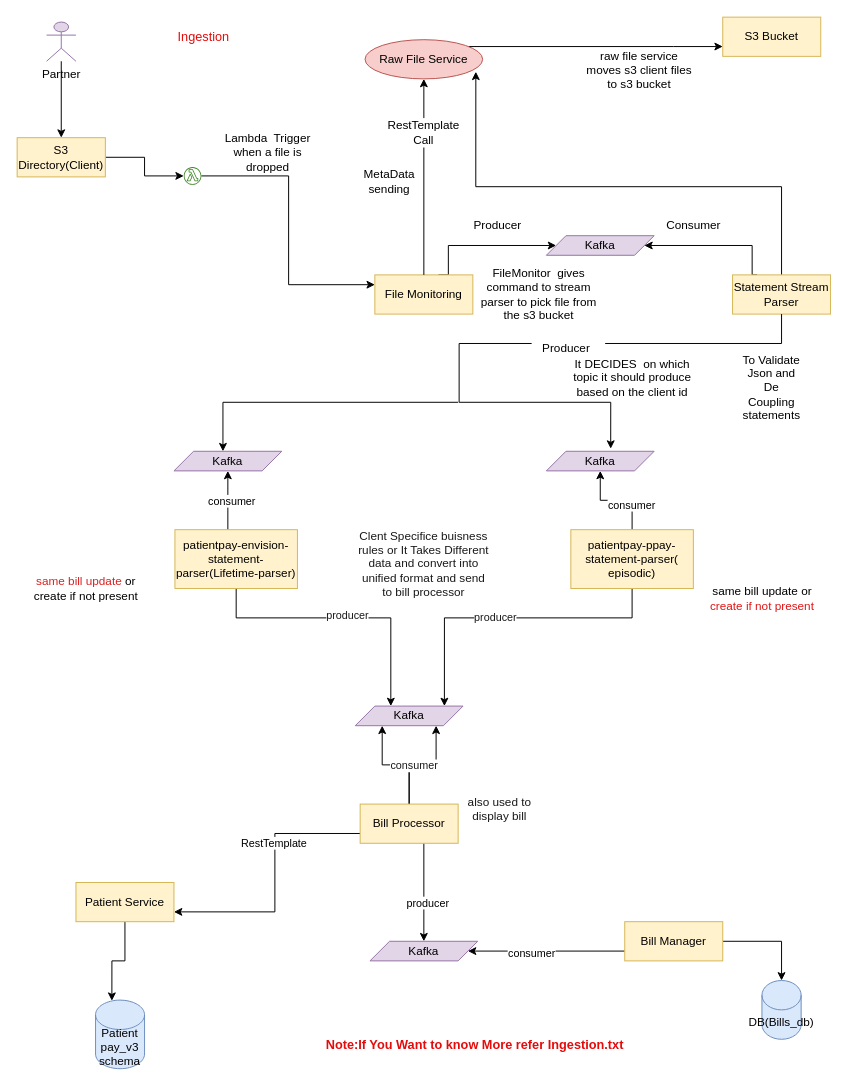
Above: Ingestion.drawio in suchit727/diagrams (draw.io), before the change. Source tidied: cells renumbered, new cells numbered last; positions are measured from the earlier drawing's top-left corner, leaving out a move shared by most shapes. Both pictures are drawn from the tidied source at 98%, with x=0, y=0 at pixel (17, 17).
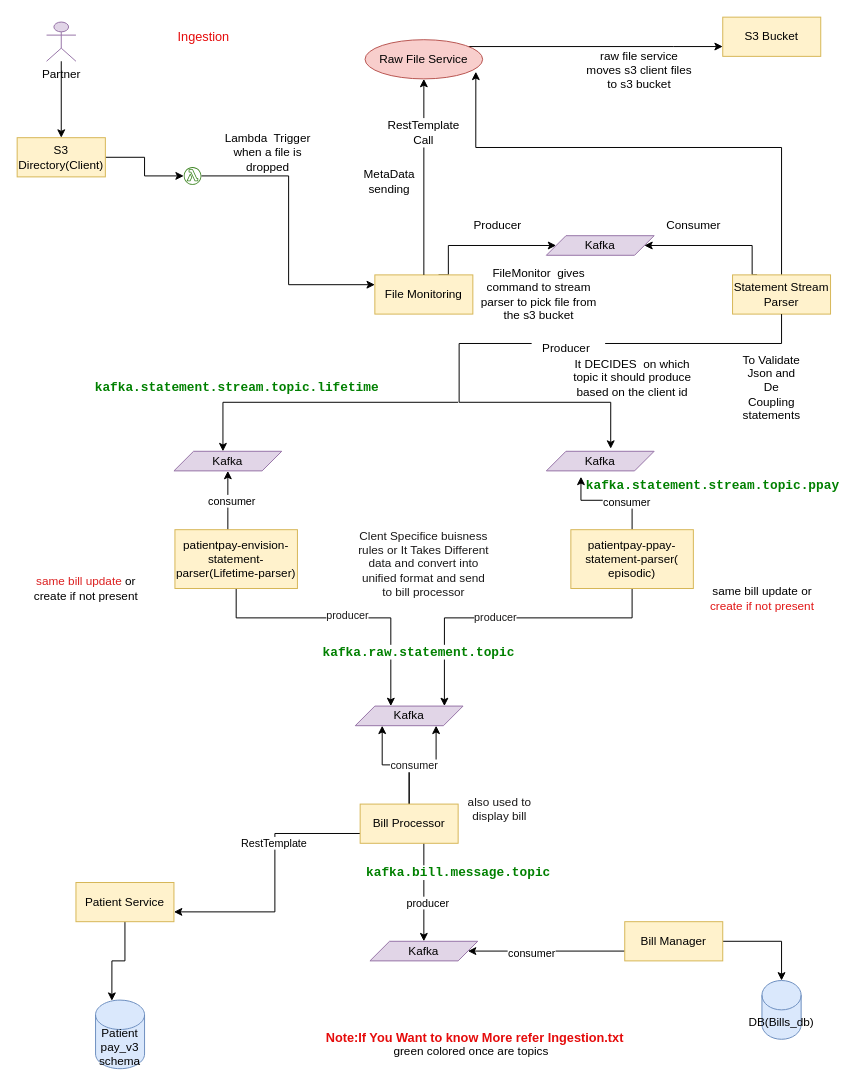
After the change.

The change refers to these unchanged cells:
```xml
<mxCell id="22" value="Statement Stream Parser" style="rounded=0;whiteSpace=wrap;html=1;fillColor=#fff2cc;strokeColor=#d6b656;" parent="1" vertex="1">
  <mxGeometry x="730" y="263" width="100" height="40" as="geometry" />
</mxCell>
<mxCell id="34" value="Raw File Service" style="ellipse;whiteSpace=wrap;html=1;fillColor=#f8cecc;strokeColor=#b85450;" parent="1" vertex="1">
  <mxGeometry x="355" y="23" width="120" height="40" as="geometry" />
</mxCell>
<mxCell id="45" value="Kafka" style="shape=parallelogram;perimeter=parallelogramPerimeter;whiteSpace=wrap;html=1;fixedSize=1;fillColor=#e1d5e7;strokeColor=#9673a6;" parent="1" vertex="1">
  <mxGeometry x="540" y="443" width="110" height="20" as="geometry" />
</mxCell>
<mxCell id="52" value="patientpay-ppay-statement-parser(&lt;br&gt;episodic)" style="rounded=0;whiteSpace=wrap;html=1;fillColor=#fff2cc;strokeColor=#d6b656;" parent="1" vertex="1">
  <mxGeometry x="565" y="523" width="125" height="60" as="geometry" />
</mxCell>
```

The edit, as a diff of the source:
```diff
@@
     <mxCell id="19" style="edgeStyle=orthogonalEdgeStyle;rounded=0;jettySize=auto;html=1;entryX=0.942;entryY=0.817;entryDx=0;entryDy=0;entryPerimeter=0;" parent="1" edge="1" source="22" target="34">
       <mxGeometry relative="1" as="geometry">
         <Array as="points">
-          <mxPoint x="780" y="173" />
-          <mxPoint x="468" y="173" />
+          <mxPoint x="780" y="133" />
+          <mxPoint x="468" y="133" />
         </Array>
       </mxGeometry>
     </mxCell>
@@
-    <mxCell id="48" style="edgeStyle=orthogonalEdgeStyle;rounded=0;jettySize=auto;html=1;" parent="1" edge="1" source="52" target="45">
+    <mxCell id="48" style="edgeStyle=orthogonalEdgeStyle;rounded=0;jettySize=auto;html=1;entryX=0.321;entryY=1.3;entryDx=0;entryDy=0;entryPerimeter=0;" parent="1" edge="1" source="52" target="45">
       <mxGeometry relative="1" as="geometry" />
     </mxCell>
     <mxCell id="49" value="consumer" style="edgeLabel;html=1;align=center;verticalAlign=middle;" parent="48" vertex="1">
-      <mxGeometry x="-0.44" y="1" relative="1" as="geometry" />
+      <mxGeometry x="-0.44" y="1" relative="1" as="geometry">
+        <mxPoint x="-6" as="offset" />
+      </mxGeometry>
     </mxCell>
@@
-    <mxCell id="56" value="&lt;b&gt;&lt;font color=&quot;#e50b0b&quot; style=&quot;font-size: 13px;&quot;&gt;&amp;nbsp; &amp;nbsp;Note:If You Want to know More refer&amp;nbsp;Ingestion.txt&lt;/font&gt;&lt;/b&gt;&amp;nbsp;" style="text;html=1;align=center;verticalAlign=middle;strokeColor=none;fillColor=none;" parent="1" vertex="1">
-      <mxGeometry x="293" y="1033" width="340" height="30" as="geometry" />
+    <mxCell id="56" value="&lt;b&gt;&lt;font color=&quot;#e50b0b&quot; style=&quot;font-size: 13px;&quot;&gt;&amp;nbsp; &amp;nbsp;Note:If You Want to know More refer&amp;nbsp;Ingestion.txt&lt;/font&gt;&lt;/b&gt;&amp;nbsp;&lt;br&gt;green colored once are topics" style="text;html=1;align=center;verticalAlign=middle;strokeColor=none;fillColor=none;" parent="1" vertex="1">
+      <mxGeometry x="293" y="1028" width="340" height="40" as="geometry" />
     </mxCell>
@@
+    <mxCell id="68" value="&lt;pre style=&quot;background-color: rgb(255, 255, 255); font-family: &amp;quot;JetBrains Mono&amp;quot;, monospace; font-size: 9.8pt;&quot;&gt;&lt;span style=&quot;color:#008000;font-weight:bold;&quot;&gt;kafka.statement.stream.topic.lifetime&lt;/span&gt;&lt;/pre&gt;" style="text;html=1;align=center;verticalAlign=middle;strokeColor=none;fillColor=none;" parent="1" vertex="1">
+      <mxGeometry x="78.5" y="348" width="290" height="60" as="geometry" />
+    </mxCell>
+    <mxCell id="69" value="&lt;pre style=&quot;background-color:#ffffff;color:#000000;font-family:'JetBrains Mono',monospace;font-size:9.8pt;&quot;&gt;&lt;span style=&quot;color:#008000;font-weight:bold;&quot;&gt;kafka.statement.stream.topic.ppay&lt;/span&gt;&lt;/pre&gt;" style="text;html=1;strokeColor=none;fillColor=none;align=center;verticalAlign=middle;whiteSpace=wrap;rounded=0;" parent="1" vertex="1">
+      <mxGeometry x="680" y="463" width="60" height="30" as="geometry" />
+    </mxCell>
+    <mxCell id="70" value="&lt;pre style=&quot;background-color: rgb(255, 255, 255); font-family: &amp;quot;JetBrains Mono&amp;quot;, monospace; font-size: 9.8pt;&quot;&gt;&lt;span style=&quot;color:#008000;font-weight:bold;&quot;&gt;kafka.raw.statement.topic&lt;/span&gt;&lt;/pre&gt;" style="text;html=1;strokeColor=none;fillColor=none;align=center;verticalAlign=middle;whiteSpace=wrap;rounded=0;" parent="1" vertex="1">
+      <mxGeometry x="380" y="633" width="60" height="30" as="geometry" />
+    </mxCell>
+    <mxCell id="71" value="&lt;pre style=&quot;background-color: rgb(255, 255, 255); font-family: &amp;quot;JetBrains Mono&amp;quot;, monospace; font-size: 9.8pt;&quot;&gt;&lt;span style=&quot;color:#008000;font-weight:bold;&quot;&gt;kafka.bill.message.topic&lt;/span&gt;&lt;/pre&gt;" style="text;html=1;align=center;verticalAlign=middle;strokeColor=none;fillColor=none;" parent="1" vertex="1">
+      <mxGeometry x="350" y="843" width="200" height="60" as="geometry" />
+    </mxCell>
```
